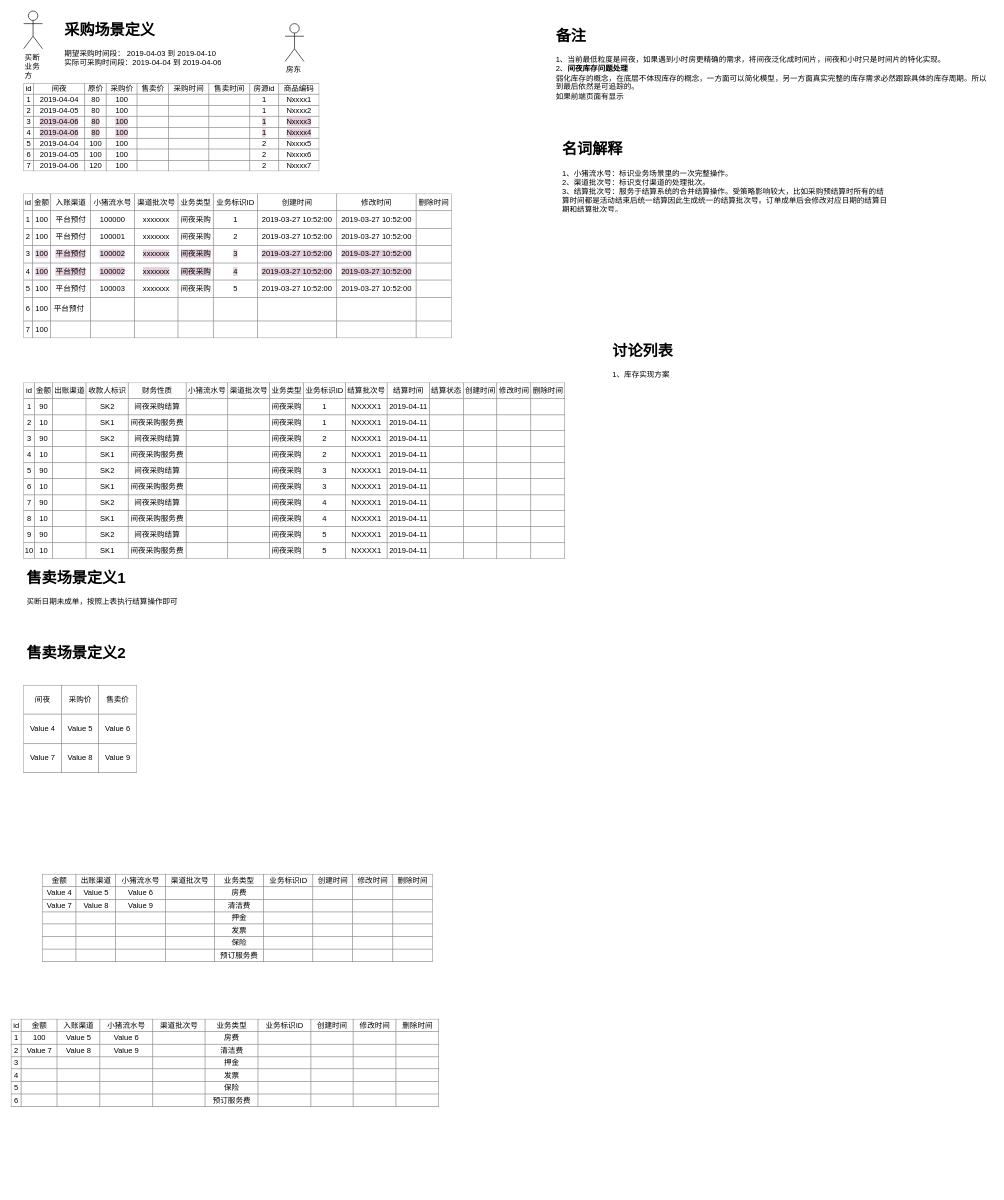
NonePro/UML keeps this draw.io diagram as page "具体case举例说明" (8 of 8) of 支付中心.drawio. Above is the earlier version. Source tidied: cells renumbered, new cells numbered last; positions are measured from the earlier drawing's top-left corner, leaving out a move shared by most shapes. Both pictures are drawn from the tidied source at 63%, with x=0, y=0 at pixel (11, 11).
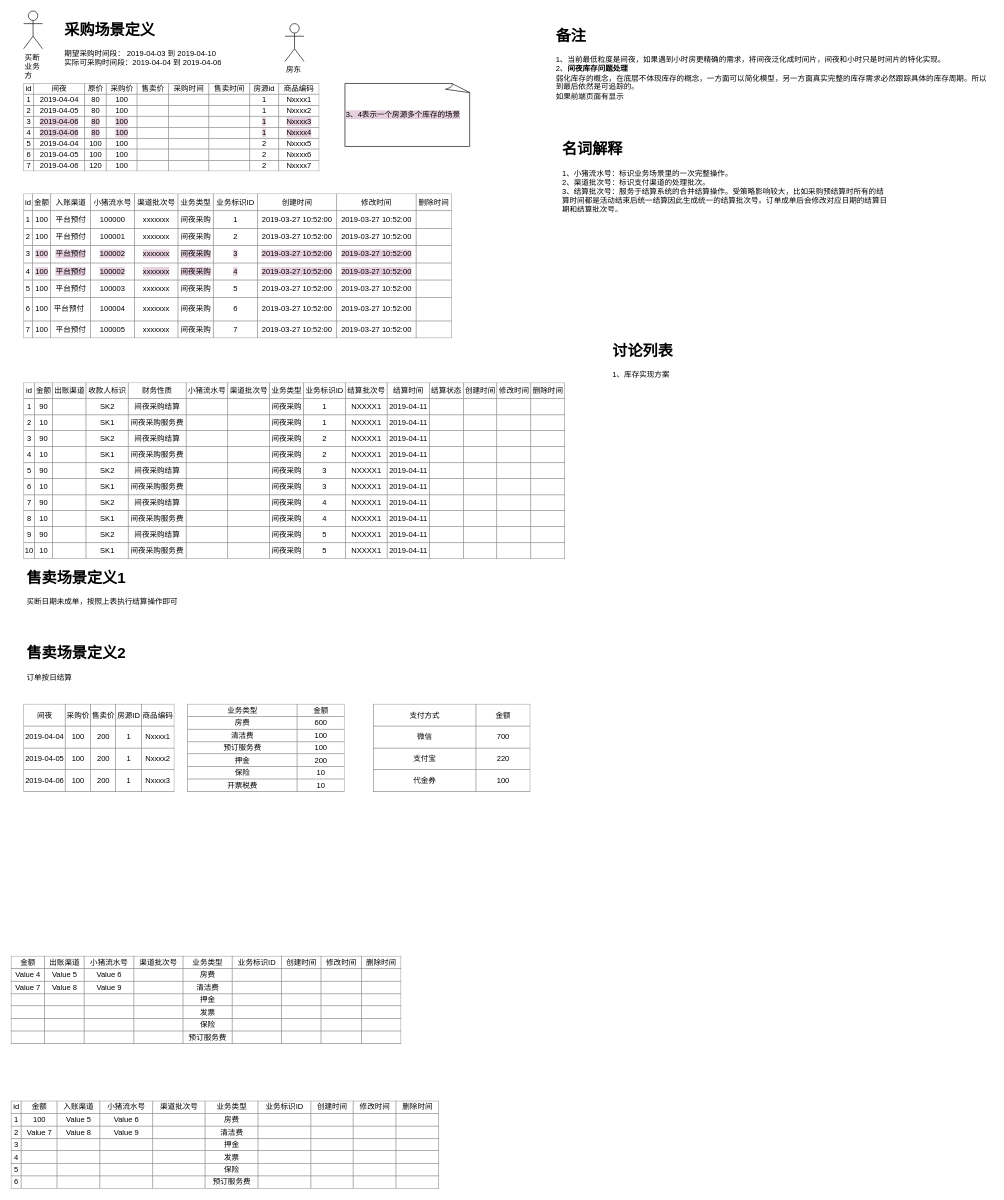
Above is the later version.

Commit message:
准备梳理收银台数据结构

Diff of the diagram source:
```diff
@@
     <mxCell id="5" value="&lt;table border=&quot;1&quot; width=&quot;100%&quot; style=&quot;width: 100% ; height: 100% ; border-collapse: collapse&quot;&gt;&lt;tbody&gt;&lt;tr&gt;&lt;td&gt;id&lt;/td&gt;&lt;td align=&quot;center&quot;&gt;金额&lt;/td&gt;&lt;td align=&quot;center&quot;&gt;入账渠道&lt;/td&gt;&lt;td align=&quot;center&quot;&gt;小猪流水号&lt;/td&gt;&lt;td&gt;渠道批次号&lt;/td&gt;&lt;td&gt;业务类型&lt;/td&gt;&lt;td&gt;业务标识ID&lt;/td&gt;&lt;td&gt;创建时间&lt;/td&gt;&lt;td&gt;修改时间&lt;/td&gt;&lt;td&gt;删除时间&lt;/td&gt;&lt;/tr&gt;&lt;tr&gt;&lt;td&gt;1&lt;/td&gt;&lt;td align=&quot;center&quot;&gt;100&lt;/td&gt;&lt;td align=&quot;center&quot;&gt;Value 5&lt;/td&gt;&lt;td align=&quot;center&quot;&gt;Value 6&lt;/td&gt;&lt;td&gt;&lt;br&gt;&lt;/td&gt;&lt;td&gt;房费&lt;/td&gt;&lt;td&gt;&lt;br&gt;&lt;/td&gt;&lt;td&gt;&lt;br&gt;&lt;/td&gt;&lt;td&gt;&lt;br&gt;&lt;/td&gt;&lt;td&gt;&lt;br&gt;&lt;/td&gt;&lt;/tr&gt;&lt;tr&gt;&lt;td&gt;2&lt;/td&gt;&lt;td align=&quot;center&quot;&gt;Value 7&lt;/td&gt;&lt;td align=&quot;center&quot;&gt;Value 8&lt;/td&gt;&lt;td align=&quot;center&quot;&gt;Value 9&lt;/td&gt;&lt;td&gt;&lt;br&gt;&lt;/td&gt;&lt;td&gt;清洁费&lt;/td&gt;&lt;td&gt;&lt;br&gt;&lt;/td&gt;&lt;td&gt;&lt;br&gt;&lt;/td&gt;&lt;td&gt;&lt;br&gt;&lt;/td&gt;&lt;td&gt;&lt;br&gt;&lt;/td&gt;&lt;/tr&gt;&lt;tr&gt;&lt;td&gt;3&lt;/td&gt;&lt;td&gt;&lt;br&gt;&lt;/td&gt;&lt;td&gt;&lt;br&gt;&lt;/td&gt;&lt;td&gt;&lt;br&gt;&lt;/td&gt;&lt;td&gt;&lt;br&gt;&lt;/td&gt;&lt;td&gt;押金&lt;/td&gt;&lt;td&gt;&lt;br&gt;&lt;/td&gt;&lt;td&gt;&lt;br&gt;&lt;/td&gt;&lt;td&gt;&lt;br&gt;&lt;/td&gt;&lt;td&gt;&lt;br&gt;&lt;/td&gt;&lt;/tr&gt;&lt;tr&gt;&lt;td&gt;4&lt;/td&gt;&lt;td&gt;&lt;br&gt;&lt;/td&gt;&lt;td&gt;&lt;br&gt;&lt;/td&gt;&lt;td&gt;&lt;br&gt;&lt;/td&gt;&lt;td&gt;&lt;br&gt;&lt;/td&gt;&lt;td&gt;发票&lt;/td&gt;&lt;td&gt;&lt;br&gt;&lt;/td&gt;&lt;td&gt;&lt;br&gt;&lt;/td&gt;&lt;td&gt;&lt;br&gt;&lt;/td&gt;&lt;td&gt;&lt;br&gt;&lt;/td&gt;&lt;/tr&gt;&lt;tr&gt;&lt;td&gt;5&lt;/td&gt;&lt;td&gt;&lt;br&gt;&lt;/td&gt;&lt;td&gt;&lt;br&gt;&lt;/td&gt;&lt;td&gt;&lt;br&gt;&lt;/td&gt;&lt;td&gt;&lt;br&gt;&lt;/td&gt;&lt;td&gt;保险&lt;/td&gt;&lt;td&gt;&lt;br&gt;&lt;/td&gt;&lt;td&gt;&lt;br&gt;&lt;/td&gt;&lt;td&gt;&lt;br&gt;&lt;/td&gt;&lt;td&gt;&lt;br&gt;&lt;/td&gt;&lt;/tr&gt;&lt;tr&gt;&lt;td&gt;6&lt;/td&gt;&lt;td&gt;&lt;br&gt;&lt;/td&gt;&lt;td&gt;&lt;br&gt;&lt;/td&gt;&lt;td&gt;&lt;br&gt;&lt;/td&gt;&lt;td&gt;&lt;br&gt;&lt;/td&gt;&lt;td&gt;预订服务费&lt;/td&gt;&lt;td&gt;&lt;br&gt;&lt;/td&gt;&lt;td&gt;&lt;br&gt;&lt;/td&gt;&lt;td&gt;&lt;br&gt;&lt;/td&gt;&lt;td&gt;&lt;br&gt;&lt;/td&gt;&lt;/tr&gt;&lt;/tbody&gt;&lt;/table&gt;" style="text;html=1;strokeColor=none;fillColor=none;overflow=fill;align=center;" parent="1" vertex="1">
-      <mxGeometry y="1600" width="680" height="140" as="geometry" />
+      <mxGeometry y="1730" width="680" height="140" as="geometry" />
     </mxCell>
     <mxCell id="6" value="&lt;table border=&quot;1&quot; width=&quot;100%&quot; style=&quot;width: 100% ; height: 100% ; border-collapse: collapse&quot;&gt;&lt;tbody&gt;&lt;tr&gt;&lt;td align=&quot;center&quot;&gt;金额&lt;/td&gt;&lt;td align=&quot;center&quot;&gt;出账渠道&lt;/td&gt;&lt;td align=&quot;center&quot;&gt;小猪流水号&lt;/td&gt;&lt;td&gt;渠道批次号&lt;/td&gt;&lt;td&gt;业务类型&lt;/td&gt;&lt;td&gt;业务标识ID&lt;/td&gt;&lt;td&gt;创建时间&lt;/td&gt;&lt;td&gt;修改时间&lt;/td&gt;&lt;td&gt;删除时间&lt;/td&gt;&lt;/tr&gt;&lt;tr&gt;&lt;td align=&quot;center&quot;&gt;Value 4&lt;/td&gt;&lt;td align=&quot;center&quot;&gt;Value 5&lt;/td&gt;&lt;td align=&quot;center&quot;&gt;Value 6&lt;/td&gt;&lt;td&gt;&lt;br&gt;&lt;/td&gt;&lt;td&gt;房费&lt;/td&gt;&lt;td&gt;&lt;br&gt;&lt;/td&gt;&lt;td&gt;&lt;br&gt;&lt;/td&gt;&lt;td&gt;&lt;br&gt;&lt;/td&gt;&lt;td&gt;&lt;br&gt;&lt;/td&gt;&lt;/tr&gt;&lt;tr&gt;&lt;td align=&quot;center&quot;&gt;Value 7&lt;/td&gt;&lt;td align=&quot;center&quot;&gt;Value 8&lt;/td&gt;&lt;td align=&quot;center&quot;&gt;Value 9&lt;/td&gt;&lt;td&gt;&lt;br&gt;&lt;/td&gt;&lt;td&gt;清洁费&lt;/td&gt;&lt;td&gt;&lt;br&gt;&lt;/td&gt;&lt;td&gt;&lt;br&gt;&lt;/td&gt;&lt;td&gt;&lt;br&gt;&lt;/td&gt;&lt;td&gt;&lt;br&gt;&lt;/td&gt;&lt;/tr&gt;&lt;tr&gt;&lt;td&gt;&lt;br&gt;&lt;/td&gt;&lt;td&gt;&lt;br&gt;&lt;/td&gt;&lt;td&gt;&lt;br&gt;&lt;/td&gt;&lt;td&gt;&lt;br&gt;&lt;/td&gt;&lt;td&gt;押金&lt;/td&gt;&lt;td&gt;&lt;br&gt;&lt;/td&gt;&lt;td&gt;&lt;br&gt;&lt;/td&gt;&lt;td&gt;&lt;br&gt;&lt;/td&gt;&lt;td&gt;&lt;br&gt;&lt;/td&gt;&lt;/tr&gt;&lt;tr&gt;&lt;td&gt;&lt;br&gt;&lt;/td&gt;&lt;td&gt;&lt;br&gt;&lt;/td&gt;&lt;td&gt;&lt;br&gt;&lt;/td&gt;&lt;td&gt;&lt;br&gt;&lt;/td&gt;&lt;td&gt;发票&lt;/td&gt;&lt;td&gt;&lt;br&gt;&lt;/td&gt;&lt;td&gt;&lt;br&gt;&lt;/td&gt;&lt;td&gt;&lt;br&gt;&lt;/td&gt;&lt;td&gt;&lt;br&gt;&lt;/td&gt;&lt;/tr&gt;&lt;tr&gt;&lt;td&gt;&lt;br&gt;&lt;/td&gt;&lt;td&gt;&lt;br&gt;&lt;/td&gt;&lt;td&gt;&lt;br&gt;&lt;/td&gt;&lt;td&gt;&lt;br&gt;&lt;/td&gt;&lt;td&gt;保险&lt;/td&gt;&lt;td&gt;&lt;br&gt;&lt;/td&gt;&lt;td&gt;&lt;br&gt;&lt;/td&gt;&lt;td&gt;&lt;br&gt;&lt;/td&gt;&lt;td&gt;&lt;br&gt;&lt;/td&gt;&lt;/tr&gt;&lt;tr&gt;&lt;td&gt;&lt;br&gt;&lt;/td&gt;&lt;td&gt;&lt;br&gt;&lt;/td&gt;&lt;td&gt;&lt;br&gt;&lt;/td&gt;&lt;td&gt;&lt;br&gt;&lt;/td&gt;&lt;td&gt;预订服务费&lt;/td&gt;&lt;td&gt;&lt;br&gt;&lt;/td&gt;&lt;td&gt;&lt;br&gt;&lt;/td&gt;&lt;td&gt;&lt;br&gt;&lt;/td&gt;&lt;td&gt;&lt;br&gt;&lt;/td&gt;&lt;/tr&gt;&lt;/tbody&gt;&lt;/table&gt;" style="text;html=1;strokeColor=none;fillColor=none;overflow=fill;align=center;" parent="1" vertex="1">
-      <mxGeometry x="50.2" y="1370" width="620" height="140" as="geometry" />
+      <mxGeometry x="0.2" y="1500" width="620" height="140" as="geometry" />
     </mxCell>
-    <mxCell id="7" value="&lt;table border=&quot;1&quot; width=&quot;100%&quot; style=&quot;width: 100% ; height: 100% ; border-collapse: collapse&quot;&gt;&lt;tbody&gt;&lt;tr&gt;&lt;td&gt;id&lt;/td&gt;&lt;td align=&quot;center&quot;&gt;金额&lt;/td&gt;&lt;td align=&quot;center&quot;&gt;入账渠道&lt;/td&gt;&lt;td align=&quot;center&quot;&gt;小猪流水号&lt;/td&gt;&lt;td&gt;渠道批次号&lt;/td&gt;&lt;td&gt;业务类型&lt;/td&gt;&lt;td&gt;业务标识ID&lt;/td&gt;&lt;td&gt;创建时间&lt;/td&gt;&lt;td&gt;修改时间&lt;/td&gt;&lt;td&gt;删除时间&lt;/td&gt;&lt;/tr&gt;&lt;tr&gt;&lt;td&gt;1&lt;/td&gt;&lt;td align=&quot;center&quot;&gt;100&lt;/td&gt;&lt;td align=&quot;center&quot;&gt;平台预付&lt;/td&gt;&lt;td align=&quot;center&quot;&gt;100000&lt;/td&gt;&lt;td&gt;xxxxxxx&lt;/td&gt;&lt;td&gt;间夜采购&lt;/td&gt;&lt;td&gt;1&lt;/td&gt;&lt;td&gt;2019-03-27 10:52:00&lt;/td&gt;&lt;td&gt;2019-03-27 10:52:00&lt;br&gt;&lt;/td&gt;&lt;td&gt;&lt;br&gt;&lt;/td&gt;&lt;/tr&gt;&lt;tr&gt;&lt;td&gt;2&lt;/td&gt;&lt;td align=&quot;center&quot;&gt;100&lt;/td&gt;&lt;td align=&quot;center&quot;&gt;平台预付&lt;/td&gt;&lt;td align=&quot;center&quot;&gt;100001&lt;br&gt;&lt;/td&gt;&lt;td&gt;xxxxxxx&lt;/td&gt;&lt;td&gt;间夜采购&lt;/td&gt;&lt;td&gt;2&lt;/td&gt;&lt;td&gt;2019-03-27 10:52:00&lt;/td&gt;&lt;td&gt;2019-03-27 10:52:00&lt;/td&gt;&lt;td&gt;&lt;br&gt;&lt;/td&gt;&lt;/tr&gt;&lt;tr&gt;&lt;td&gt;3&lt;/td&gt;&lt;td&gt;&lt;span style=&quot;background-color: rgb(230 , 208 , 222)&quot;&gt;100&lt;/span&gt;&lt;/td&gt;&lt;td&gt;&lt;span style=&quot;background-color: rgb(230 , 208 , 222)&quot;&gt;平台预付&lt;/span&gt;&lt;/td&gt;&lt;td&gt;&lt;span style=&quot;background-color: rgb(230 , 208 , 222)&quot;&gt;100002&lt;br&gt;&lt;/span&gt;&lt;/td&gt;&lt;td&gt;&lt;span style=&quot;background-color: rgb(230 , 208 , 222)&quot;&gt;xxxxxxx&lt;br&gt;&lt;/span&gt;&lt;/td&gt;&lt;td&gt;&lt;span style=&quot;background-color: rgb(230 , 208 , 222)&quot;&gt;间夜采购&lt;/span&gt;&lt;/td&gt;&lt;td&gt;&lt;span style=&quot;background-color: rgb(230 , 208 , 222)&quot;&gt;3&lt;/span&gt;&lt;/td&gt;&lt;td&gt;&lt;span style=&quot;background-color: rgb(230 , 208 , 222)&quot;&gt;2019-03-27 10:52:00&lt;br&gt;&lt;/span&gt;&lt;/td&gt;&lt;td&gt;&lt;span style=&quot;background-color: rgb(230 , 208 , 222)&quot;&gt;2019-03-27 10:52:00&lt;br&gt;&lt;/span&gt;&lt;/td&gt;&lt;td&gt;&lt;br&gt;&lt;/td&gt;&lt;/tr&gt;&lt;tr&gt;&lt;td&gt;4&lt;/td&gt;&lt;td&gt;&lt;span style=&quot;background-color: rgb(230 , 208 , 222)&quot;&gt;100&lt;/span&gt;&lt;/td&gt;&lt;td&gt;&lt;span style=&quot;background-color: rgb(230 , 208 , 222)&quot;&gt;平台预付&lt;/span&gt;&lt;/td&gt;&lt;td&gt;&lt;span style=&quot;background-color: rgb(230 , 208 , 222)&quot;&gt;100002&lt;br&gt;&lt;/span&gt;&lt;/td&gt;&lt;td&gt;&lt;span style=&quot;background-color: rgb(230 , 208 , 222)&quot;&gt;xxxxxxx&lt;br&gt;&lt;/span&gt;&lt;/td&gt;&lt;td&gt;&lt;span style=&quot;background-color: rgb(230 , 208 , 222)&quot;&gt;间夜采购&lt;/span&gt;&lt;/td&gt;&lt;td&gt;&lt;span style=&quot;background-color: rgb(230 , 208 , 222)&quot;&gt;4&lt;/span&gt;&lt;/td&gt;&lt;td&gt;&lt;span style=&quot;background-color: rgb(230 , 208 , 222)&quot;&gt;2019-03-27 10:52:00&lt;br&gt;&lt;/span&gt;&lt;/td&gt;&lt;td&gt;&lt;span style=&quot;background-color: rgb(230 , 208 , 222)&quot;&gt;2019-03-27 10:52:00&lt;br&gt;&lt;/span&gt;&lt;/td&gt;&lt;td&gt;&lt;br&gt;&lt;/td&gt;&lt;/tr&gt;&lt;tr&gt;&lt;td&gt;5&lt;/td&gt;&lt;td&gt;100&lt;/td&gt;&lt;td&gt;平台预付&lt;/td&gt;&lt;td&gt;100003&lt;br&gt;&lt;/td&gt;&lt;td&gt;xxxxxxx&lt;br&gt;&lt;/td&gt;&lt;td&gt;间夜采购&lt;/td&gt;&lt;td&gt;5&lt;/td&gt;&lt;td&gt;2019-03-27 10:52:00&lt;br&gt;&lt;/td&gt;&lt;td&gt;2019-03-27 10:52:00&lt;br&gt;&lt;/td&gt;&lt;td&gt;&lt;br&gt;&lt;/td&gt;&lt;/tr&gt;&lt;tr&gt;&lt;td&gt;6&lt;/td&gt;&lt;td&gt;100&lt;/td&gt;&lt;td&gt;&lt;table&gt;&lt;tbody&gt;&lt;tr&gt;&lt;td&gt;平台预付&lt;/td&gt;&lt;/tr&gt;&lt;/tbody&gt;&lt;/table&gt;&lt;/td&gt;&lt;td&gt;&lt;br&gt;&lt;/td&gt;&lt;td&gt;&lt;br&gt;&lt;/td&gt;&lt;td&gt;&lt;br&gt;&lt;/td&gt;&lt;td&gt;&lt;br&gt;&lt;/td&gt;&lt;td&gt;&lt;br&gt;&lt;/td&gt;&lt;td&gt;&lt;br&gt;&lt;/td&gt;&lt;td&gt;&lt;br&gt;&lt;/td&gt;&lt;/tr&gt;&lt;tr&gt;&lt;td&gt;7&lt;/td&gt;&lt;td&gt;100&lt;/td&gt;&lt;td&gt;&lt;br&gt;&lt;/td&gt;&lt;td&gt;&lt;br&gt;&lt;/td&gt;&lt;td&gt;&lt;br&gt;&lt;/td&gt;&lt;td&gt;&lt;br&gt;&lt;/td&gt;&lt;td&gt;&lt;br&gt;&lt;/td&gt;&lt;td&gt;&lt;br&gt;&lt;/td&gt;&lt;td&gt;&lt;br&gt;&lt;/td&gt;&lt;td&gt;&lt;br&gt;&lt;/td&gt;&lt;/tr&gt;&lt;/tbody&gt;&lt;/table&gt;" style="text;html=1;strokeColor=none;fillColor=none;overflow=fill;align=center;" parent="1" vertex="1">
+    <mxCell id="7" value="&lt;table border=&quot;1&quot; width=&quot;100%&quot; style=&quot;width: 100% ; height: 100% ; border-collapse: collapse&quot;&gt;&lt;tbody&gt;&lt;tr&gt;&lt;td&gt;id&lt;/td&gt;&lt;td align=&quot;center&quot;&gt;金额&lt;/td&gt;&lt;td align=&quot;center&quot;&gt;入账渠道&lt;/td&gt;&lt;td align=&quot;center&quot;&gt;小猪流水号&lt;/td&gt;&lt;td&gt;渠道批次号&lt;/td&gt;&lt;td&gt;业务类型&lt;/td&gt;&lt;td&gt;业务标识ID&lt;/td&gt;&lt;td&gt;创建时间&lt;/td&gt;&lt;td&gt;修改时间&lt;/td&gt;&lt;td&gt;删除时间&lt;/td&gt;&lt;/tr&gt;&lt;tr&gt;&lt;td&gt;1&lt;/td&gt;&lt;td align=&quot;center&quot;&gt;100&lt;/td&gt;&lt;td align=&quot;center&quot;&gt;平台预付&lt;/td&gt;&lt;td align=&quot;center&quot;&gt;100000&lt;/td&gt;&lt;td&gt;xxxxxxx&lt;/td&gt;&lt;td&gt;间夜采购&lt;/td&gt;&lt;td&gt;1&lt;/td&gt;&lt;td&gt;2019-03-27 10:52:00&lt;/td&gt;&lt;td&gt;2019-03-27 10:52:00&lt;br&gt;&lt;/td&gt;&lt;td&gt;&lt;br&gt;&lt;/td&gt;&lt;/tr&gt;&lt;tr&gt;&lt;td&gt;2&lt;/td&gt;&lt;td align=&quot;center&quot;&gt;100&lt;/td&gt;&lt;td align=&quot;center&quot;&gt;平台预付&lt;/td&gt;&lt;td align=&quot;center&quot;&gt;100001&lt;br&gt;&lt;/td&gt;&lt;td&gt;xxxxxxx&lt;/td&gt;&lt;td&gt;间夜采购&lt;/td&gt;&lt;td&gt;2&lt;/td&gt;&lt;td&gt;2019-03-27 10:52:00&lt;/td&gt;&lt;td&gt;2019-03-27 10:52:00&lt;/td&gt;&lt;td&gt;&lt;br&gt;&lt;/td&gt;&lt;/tr&gt;&lt;tr&gt;&lt;td&gt;3&lt;/td&gt;&lt;td&gt;&lt;span style=&quot;background-color: rgb(230 , 208 , 222)&quot;&gt;100&lt;/span&gt;&lt;/td&gt;&lt;td&gt;&lt;span style=&quot;background-color: rgb(230 , 208 , 222)&quot;&gt;平台预付&lt;/span&gt;&lt;/td&gt;&lt;td&gt;&lt;span style=&quot;background-color: rgb(230 , 208 , 222)&quot;&gt;100002&lt;br&gt;&lt;/span&gt;&lt;/td&gt;&lt;td&gt;&lt;span style=&quot;background-color: rgb(230 , 208 , 222)&quot;&gt;xxxxxxx&lt;br&gt;&lt;/span&gt;&lt;/td&gt;&lt;td&gt;&lt;span style=&quot;background-color: rgb(230 , 208 , 222)&quot;&gt;间夜采购&lt;/span&gt;&lt;/td&gt;&lt;td&gt;&lt;span style=&quot;background-color: rgb(230 , 208 , 222)&quot;&gt;3&lt;/span&gt;&lt;/td&gt;&lt;td&gt;&lt;span style=&quot;background-color: rgb(230 , 208 , 222)&quot;&gt;2019-03-27 10:52:00&lt;br&gt;&lt;/span&gt;&lt;/td&gt;&lt;td&gt;&lt;span style=&quot;background-color: rgb(230 , 208 , 222)&quot;&gt;2019-03-27 10:52:00&lt;br&gt;&lt;/span&gt;&lt;/td&gt;&lt;td&gt;&lt;br&gt;&lt;/td&gt;&lt;/tr&gt;&lt;tr&gt;&lt;td&gt;4&lt;/td&gt;&lt;td&gt;&lt;span style=&quot;background-color: rgb(230 , 208 , 222)&quot;&gt;100&lt;/span&gt;&lt;/td&gt;&lt;td&gt;&lt;span style=&quot;background-color: rgb(230 , 208 , 222)&quot;&gt;平台预付&lt;/span&gt;&lt;/td&gt;&lt;td&gt;&lt;span style=&quot;background-color: rgb(230 , 208 , 222)&quot;&gt;100002&lt;br&gt;&lt;/span&gt;&lt;/td&gt;&lt;td&gt;&lt;span style=&quot;background-color: rgb(230 , 208 , 222)&quot;&gt;xxxxxxx&lt;br&gt;&lt;/span&gt;&lt;/td&gt;&lt;td&gt;&lt;span style=&quot;background-color: rgb(230 , 208 , 222)&quot;&gt;间夜采购&lt;/span&gt;&lt;/td&gt;&lt;td&gt;&lt;span style=&quot;background-color: rgb(230 , 208 , 222)&quot;&gt;4&lt;/span&gt;&lt;/td&gt;&lt;td&gt;&lt;span style=&quot;background-color: rgb(230 , 208 , 222)&quot;&gt;2019-03-27 10:52:00&lt;br&gt;&lt;/span&gt;&lt;/td&gt;&lt;td&gt;&lt;span style=&quot;background-color: rgb(230 , 208 , 222)&quot;&gt;2019-03-27 10:52:00&lt;br&gt;&lt;/span&gt;&lt;/td&gt;&lt;td&gt;&lt;br&gt;&lt;/td&gt;&lt;/tr&gt;&lt;tr&gt;&lt;td&gt;5&lt;/td&gt;&lt;td&gt;100&lt;/td&gt;&lt;td&gt;平台预付&lt;/td&gt;&lt;td&gt;100003&lt;br&gt;&lt;/td&gt;&lt;td&gt;xxxxxxx&lt;br&gt;&lt;/td&gt;&lt;td&gt;间夜采购&lt;/td&gt;&lt;td&gt;5&lt;/td&gt;&lt;td&gt;2019-03-27 10:52:00&lt;br&gt;&lt;/td&gt;&lt;td&gt;2019-03-27 10:52:00&lt;br&gt;&lt;/td&gt;&lt;td&gt;&lt;br&gt;&lt;/td&gt;&lt;/tr&gt;&lt;tr&gt;&lt;td&gt;6&lt;/td&gt;&lt;td&gt;100&lt;/td&gt;&lt;td&gt;&lt;table&gt;&lt;tbody&gt;&lt;tr&gt;&lt;td&gt;平台预付&lt;/td&gt;&lt;/tr&gt;&lt;/tbody&gt;&lt;/table&gt;&lt;/td&gt;&lt;td&gt;100004&lt;br&gt;&lt;/td&gt;&lt;td&gt;xxxxxxx&lt;br&gt;&lt;/td&gt;&lt;td&gt;间夜采购&lt;br&gt;&lt;/td&gt;&lt;td&gt;6&lt;/td&gt;&lt;td&gt;2019-03-27 10:52:00&lt;br&gt;&lt;/td&gt;&lt;td&gt;2019-03-27 10:52:00&lt;br&gt;&lt;/td&gt;&lt;td&gt;&lt;br&gt;&lt;/td&gt;&lt;/tr&gt;&lt;tr&gt;&lt;td&gt;7&lt;/td&gt;&lt;td&gt;100&lt;/td&gt;&lt;td&gt;平台预付&lt;br&gt;&lt;/td&gt;&lt;td&gt;100005&lt;br&gt;&lt;/td&gt;&lt;td&gt;xxxxxxx&lt;br&gt;&lt;/td&gt;&lt;td&gt;间夜采购&lt;br&gt;&lt;/td&gt;&lt;td&gt;7&lt;/td&gt;&lt;td&gt;2019-03-27 10:52:00&lt;br&gt;&lt;/td&gt;&lt;td&gt;2019-03-27 10:52:00&lt;br&gt;&lt;/td&gt;&lt;td&gt;&lt;br&gt;&lt;/td&gt;&lt;/tr&gt;&lt;/tbody&gt;&lt;/table&gt;" style="text;html=1;strokeColor=none;fillColor=none;overflow=fill;align=center;" parent="1" vertex="1">
       <mxGeometry x="20" y="290" width="680" height="230" as="geometry" />
     </mxCell>
@@
-    <mxCell id="14" value="&lt;h1&gt;售卖场景定义2&lt;/h1&gt;&lt;div&gt;&lt;br&gt;&lt;/div&gt;&lt;div&gt;&lt;/div&gt;" style="text;html=1;strokeColor=none;fillColor=none;spacing=5;spacingTop=-20;whiteSpace=wrap;overflow=hidden;rounded=0;align=left;" parent="1" vertex="1">
-      <mxGeometry x="20" y="1000" width="360" height="60" as="geometry" />
+    <mxCell id="14" value="&lt;h1&gt;售卖场景定义2&lt;/h1&gt;&lt;div&gt;订单按日结算&lt;/div&gt;&lt;div&gt;&lt;/div&gt;" style="text;html=1;strokeColor=none;fillColor=none;spacing=5;spacingTop=-20;whiteSpace=wrap;overflow=hidden;rounded=0;align=left;" parent="1" vertex="1">
+      <mxGeometry x="20" y="1000" width="360" height="70" as="geometry" />
     </mxCell>
-    <mxCell id="15" value="&lt;table border=&quot;1&quot; width=&quot;100%&quot; style=&quot;width: 100% ; height: 100% ; border-collapse: collapse&quot;&gt;&lt;tbody&gt;&lt;tr&gt;&lt;td align=&quot;center&quot;&gt;间夜&lt;/td&gt;&lt;td align=&quot;center&quot;&gt;采购价&lt;/td&gt;&lt;td align=&quot;center&quot;&gt;售卖价&lt;/td&gt;&lt;/tr&gt;&lt;tr&gt;&lt;td align=&quot;center&quot;&gt;Value 4&lt;/td&gt;&lt;td align=&quot;center&quot;&gt;Value 5&lt;/td&gt;&lt;td align=&quot;center&quot;&gt;Value 6&lt;/td&gt;&lt;/tr&gt;&lt;tr&gt;&lt;td align=&quot;center&quot;&gt;Value 7&lt;/td&gt;&lt;td align=&quot;center&quot;&gt;Value 8&lt;/td&gt;&lt;td align=&quot;center&quot;&gt;Value 9&lt;/td&gt;&lt;/tr&gt;&lt;/tbody&gt;&lt;/table&gt;" style="text;html=1;strokeColor=none;fillColor=none;overflow=fill;align=left;" parent="1" vertex="1">
-      <mxGeometry x="20" y="1070" width="180" height="140" as="geometry" />
+    <mxCell id="15" value="&lt;table border=&quot;1&quot; width=&quot;100%&quot; style=&quot;text-align: center ; width: 100% ; height: 100% ; border-collapse: collapse&quot;&gt;&lt;tbody&gt;&lt;tr&gt;&lt;td align=&quot;center&quot;&gt;间夜&lt;/td&gt;&lt;td align=&quot;center&quot;&gt;采购价&lt;/td&gt;&lt;td align=&quot;center&quot;&gt;售卖价&lt;/td&gt;&lt;td&gt;房源ID&lt;/td&gt;&lt;td&gt;商品编码&lt;/td&gt;&lt;/tr&gt;&lt;tr&gt;&lt;td align=&quot;center&quot;&gt;2019-04-04&lt;br&gt;&lt;/td&gt;&lt;td align=&quot;center&quot;&gt;100&lt;/td&gt;&lt;td align=&quot;center&quot;&gt;200&lt;/td&gt;&lt;td&gt;1&lt;/td&gt;&lt;td&gt;Nxxxx1&lt;br&gt;&lt;/td&gt;&lt;/tr&gt;&lt;tr&gt;&lt;td align=&quot;center&quot;&gt;2019-04-05&lt;br&gt;&lt;/td&gt;&lt;td align=&quot;center&quot;&gt;100&lt;/td&gt;&lt;td align=&quot;center&quot;&gt;200&lt;/td&gt;&lt;td&gt;1&lt;/td&gt;&lt;td&gt;Nxxxx2&lt;br&gt;&lt;/td&gt;&lt;/tr&gt;&lt;tr&gt;&lt;td&gt;2019-04-06&lt;/td&gt;&lt;td&gt;100&lt;/td&gt;&lt;td&gt;200&lt;/td&gt;&lt;td&gt;1&lt;/td&gt;&lt;td&gt;Nxxxx3&lt;br&gt;&lt;/td&gt;&lt;/tr&gt;&lt;/tbody&gt;&lt;/table&gt;" style="text;html=1;strokeColor=none;fillColor=none;overflow=fill;align=left;" parent="1" vertex="1">
+      <mxGeometry x="20" y="1100" width="240" height="140" as="geometry" />
     </mxCell>
+    <mxCell id="16" value="&lt;span style=&quot;background-color: rgb(230 , 208 , 222)&quot;&gt;3、4表示一个房源多个库存的场景&lt;/span&gt;" style="whiteSpace=wrap;html=1;shape=mxgraph.basic.document;align=left;" parent="1" vertex="1">
+      <mxGeometry x="530" y="115" width="200" height="100" as="geometry" />
+    </mxCell>
+    <mxCell id="17" value="&lt;table border=&quot;1&quot; width=&quot;100%&quot; style=&quot;width: 100% ; height: 100% ; border-collapse: collapse&quot;&gt;&lt;tbody&gt;&lt;tr&gt;&lt;td align=&quot;center&quot;&gt;业务类型&lt;/td&gt;&lt;td align=&quot;center&quot;&gt;金额&lt;/td&gt;&lt;/tr&gt;&lt;tr&gt;&lt;td align=&quot;center&quot;&gt;房费&lt;/td&gt;&lt;td align=&quot;center&quot;&gt;600&lt;/td&gt;&lt;/tr&gt;&lt;tr&gt;&lt;td align=&quot;center&quot;&gt;清洁费&lt;/td&gt;&lt;td align=&quot;center&quot;&gt;100&lt;/td&gt;&lt;/tr&gt;&lt;tr&gt;&lt;td&gt;预订服务费&lt;/td&gt;&lt;td&gt;100&lt;/td&gt;&lt;/tr&gt;&lt;tr&gt;&lt;td&gt;押金&lt;/td&gt;&lt;td&gt;200&lt;/td&gt;&lt;/tr&gt;&lt;tr&gt;&lt;td&gt;保险&lt;/td&gt;&lt;td&gt;10&lt;/td&gt;&lt;/tr&gt;&lt;tr&gt;&lt;td&gt;开票税费&lt;/td&gt;&lt;td&gt;10&lt;/td&gt;&lt;/tr&gt;&lt;/tbody&gt;&lt;/table&gt;" style="text;html=1;strokeColor=none;fillColor=none;overflow=fill;align=center;" parent="1" vertex="1">
+      <mxGeometry x="280" y="1100" width="250" height="140" as="geometry" />
+    </mxCell>
+    <mxCell id="18" value="&lt;table border=&quot;1&quot; width=&quot;100%&quot; style=&quot;width: 100% ; height: 100% ; border-collapse: collapse&quot;&gt;&lt;tbody&gt;&lt;tr&gt;&lt;td align=&quot;center&quot;&gt;支付方式&lt;/td&gt;&lt;td align=&quot;center&quot;&gt;金额&lt;/td&gt;&lt;/tr&gt;&lt;tr&gt;&lt;td align=&quot;center&quot;&gt;微信&lt;/td&gt;&lt;td align=&quot;center&quot;&gt;700&lt;/td&gt;&lt;/tr&gt;&lt;tr&gt;&lt;td align=&quot;center&quot;&gt;支付宝&lt;/td&gt;&lt;td align=&quot;center&quot;&gt;220&lt;/td&gt;&lt;/tr&gt;&lt;tr&gt;&lt;td&gt;代金券&lt;/td&gt;&lt;td&gt;100&lt;/td&gt;&lt;/tr&gt;&lt;/tbody&gt;&lt;/table&gt;" style="text;html=1;strokeColor=none;fillColor=none;overflow=fill;align=center;" parent="1" vertex="1">
+      <mxGeometry x="575" y="1100" width="250" height="140" as="geometry" />
+    </mxCell>
```
